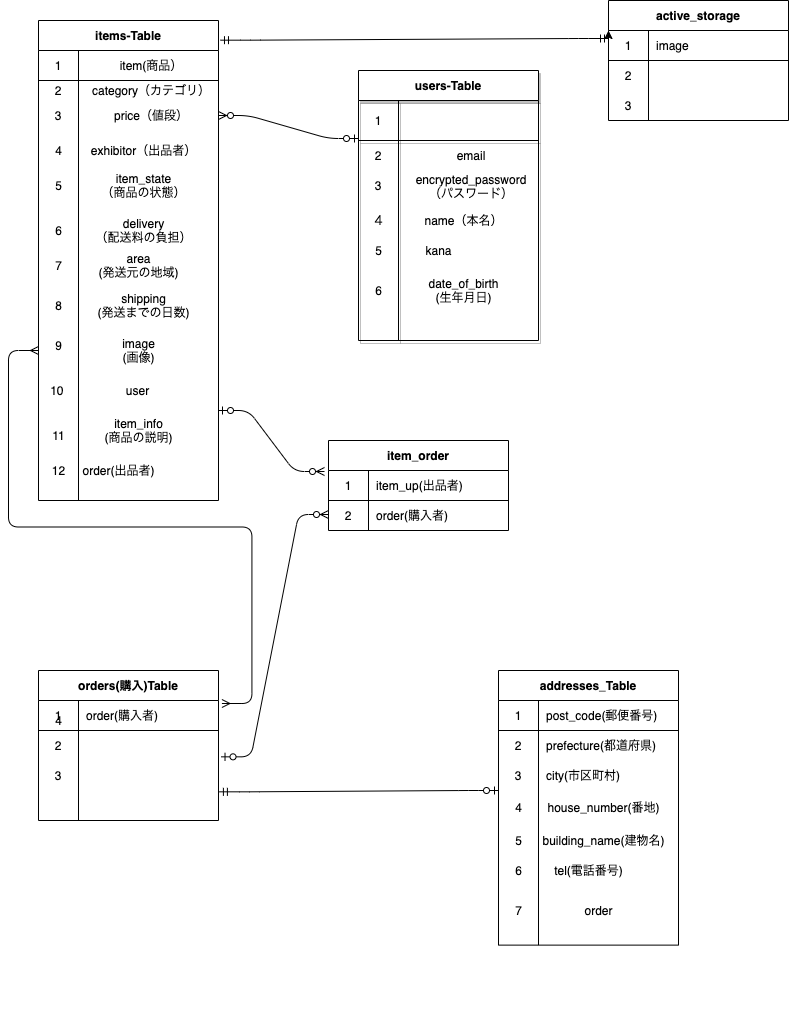
makoto07karin/furima-36874 keeps this draw.io diagram as furimaER.drawio.png. Above is the earlier version. Source tidied: cells renumbered, new cells last; positions are measured from the earlier drawing's top-left corner, leaving out a move shared by most shapes.
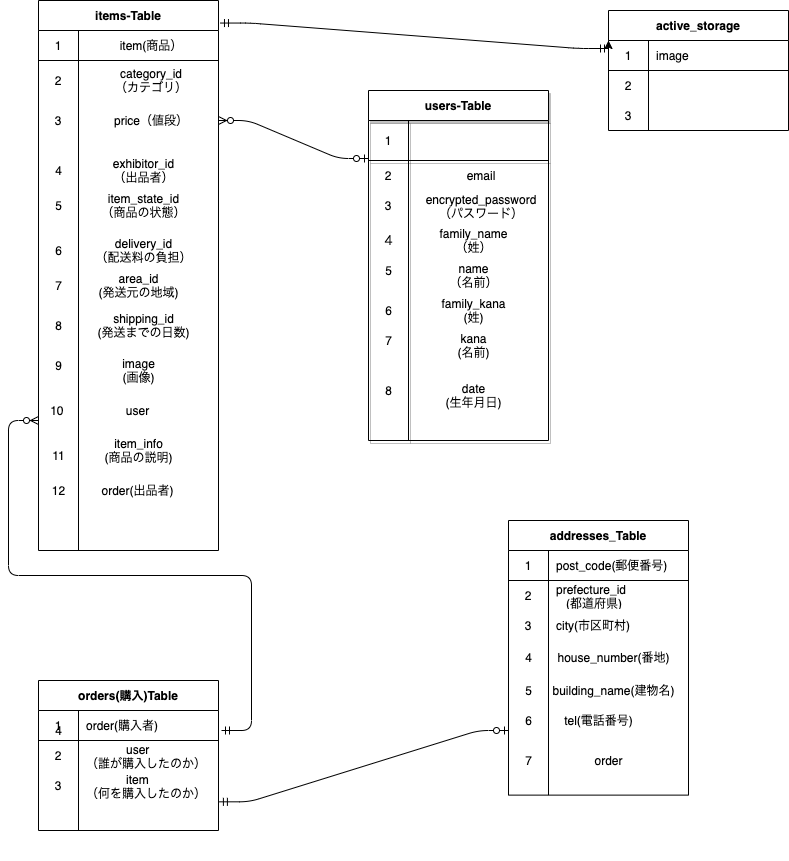
After the change.

Change to the diagram source:
```diff
@@ -35,6 +35,6 @@
     <mxCell id="12" style="group;" parent="1" vertex="1">
-      <mxGeometry x="320" y="70" width="180" height="560" as="geometry" />
+      <mxGeometry x="330" y="80" width="180" height="560" as="geometry" />
     </mxCell>
     <mxCell id="13" value="users-Table" style="shape=table;startSize=30;rowLines=0;fontStyle=1;align=center;shadow=1;" parent="12" vertex="1">
-      <mxGeometry width="180" height="270" as="geometry" />
+      <mxGeometry width="180" height="350" as="geometry" />
     </mxCell>
@@ -70,4 +70,4 @@
     </mxCell>
-    <mxCell id="24" value="name（本名）" style="text;html=1;align=center;verticalAlign=middle;strokeColor=none;shadow=1;" parent="12" vertex="1">
-      <mxGeometry x="60" y="140" width="90" height="20" as="geometry" />
+    <mxCell id="24" value="family_name&lt;br&gt;（姓）" style="text;html=1;align=center;verticalAlign=middle;strokeColor=none;shadow=1;" parent="12" vertex="1">
+      <mxGeometry x="65" y="135" width="80" height="30" as="geometry" />
     </mxCell>
@@ -79,34 +79,19 @@
     </mxCell>
-    <mxCell id="27" value="date_of_birth&lt;br&gt;(生年月日)" style="text;html=1;align=center;verticalAlign=middle;strokeColor=none;shadow=1;" parent="12" vertex="1">
-      <mxGeometry x="60" y="205" width="90" height="30" as="geometry" />
+    <mxCell id="27" value="date&lt;br&gt;(生年月日)" style="text;html=1;align=center;verticalAlign=middle;strokeColor=none;shadow=1;" parent="12" vertex="1">
+      <mxGeometry x="70" y="290" width="70" height="30" as="geometry" />
     </mxCell>
-    <mxCell id="28" value="kana" style="text;html=1;align=center;verticalAlign=middle;strokeColor=none;" parent="12" vertex="1">
-      <mxGeometry x="60" y="170" width="40" height="20" as="geometry" />
+    <mxCell id="28" value="family_kana&lt;br&gt;(姓)" style="text;html=1;align=center;verticalAlign=middle;strokeColor=none;" parent="12" vertex="1">
+      <mxGeometry x="65" y="205" width="80" height="30" as="geometry" />
     </mxCell>
-    <mxCell id="29" value="item_order" style="shape=table;startSize=30;rowLines=0;fontStyle=1;align=center;" parent="12" vertex="1">
-      <mxGeometry x="-30" y="370" width="180" height="90" as="geometry" />
-    </mxCell>
-    <mxCell id="30" style="shape=partialRectangle;html=1;whiteSpace=wrap;fillColor=none;top=0;left=0;bottom=1;right=0;" parent="29" vertex="1">
-      <mxGeometry y="30" width="180" height="30" as="geometry" />
-    </mxCell>
-    <mxCell id="31" value="1" style="shape=partialRectangle;html=1;whiteSpace=wrap;fillColor=none;top=0;left=0;bottom=0;right=0;overflow=hidden;" parent="30" vertex="1">
-      <mxGeometry width="40" height="30" as="geometry" />
-    </mxCell>
-    <mxCell id="32" value="item_up(出品者)" style="shape=partialRectangle;html=1;whiteSpace=wrap;fillColor=none;top=0;left=0;bottom=0;right=0;align=left;spacingLeft=6;overflow=hidden;" parent="30" vertex="1">
-      <mxGeometry x="40" width="140" height="30" as="geometry" />
-    </mxCell>
-    <mxCell id="33" style="shape=partialRectangle;html=1;whiteSpace=wrap;fillColor=none;top=0;left=0;bottom=0;right=0;" parent="29" vertex="1">
-      <mxGeometry y="60" width="180" height="30" as="geometry" />
-    </mxCell>
-    <mxCell id="34" value="2" style="shape=partialRectangle;html=1;whiteSpace=wrap;fillColor=none;top=0;left=0;bottom=0;right=0;overflow=hidden;" parent="33" vertex="1">
-      <mxGeometry width="40" height="30" as="geometry" />
-    </mxCell>
-    <mxCell id="35" value="order(購入者)" style="shape=partialRectangle;html=1;whiteSpace=wrap;fillColor=none;top=0;left=0;bottom=0;right=0;align=left;spacingLeft=6;overflow=hidden;" parent="33" vertex="1">
-      <mxGeometry x="40" width="140" height="30" as="geometry" />
-    </mxCell>
+    <mxCell id="104" value="kana&lt;br&gt;(名前)" style="text;html=1;align=center;verticalAlign=middle;strokeColor=none;" parent="12" vertex="1">
+      <mxGeometry x="80" y="240" width="50" height="30" as="geometry" />
+    </mxCell>
+    <mxCell id="105" value="name&lt;br&gt;（名前）" style="text;html=1;align=center;verticalAlign=middle;strokeColor=none;" parent="12" vertex="1">
+      <mxGeometry x="75" y="170" width="60" height="30" as="geometry" />
+    </mxCell>
     <mxCell id="36" style="group;" parent="1" vertex="1">
-      <mxGeometry y="20" width="180" height="490" as="geometry" />
+      <mxGeometry y="30" width="180" height="510" as="geometry" />
     </mxCell>
     <mxCell id="37" value="items-Table" style="shape=table;startSize=30;rowLines=0;fontStyle=1;align=center;whiteSpace=wrap;" parent="36" vertex="1">
-      <mxGeometry width="180" height="480" as="geometry" />
+      <mxGeometry y="-40" width="180" height="550" as="geometry" />
     </mxCell>
@@ -122,32 +107,32 @@
     <mxCell id="41" style="shape=partialRectangle;html=1;whiteSpace=wrap;fillColor=none;top=0;left=0;bottom=0;right=0;align=center;" parent="37" vertex="1">
-      <mxGeometry y="60" width="180" height="20" as="geometry" />
+      <mxGeometry y="60" width="180" height="40" as="geometry" />
     </mxCell>
     <mxCell id="42" value="2" style="shape=partialRectangle;html=1;whiteSpace=wrap;fillColor=none;top=0;left=0;bottom=0;right=0;overflow=hidden;align=center;" parent="41" vertex="1">
-      <mxGeometry width="40" height="20" as="geometry" />
+      <mxGeometry width="40" height="40" as="geometry" />
     </mxCell>
-    <mxCell id="43" value="category（カテゴリ）" style="shape=partialRectangle;html=1;whiteSpace=wrap;fillColor=none;top=0;left=0;bottom=0;right=0;align=center;spacingLeft=6;overflow=hidden;" parent="41" vertex="1">
-      <mxGeometry x="40" width="140" height="20" as="geometry" />
+    <mxCell id="43" value="category_id&lt;br&gt;（カテゴリ）" style="shape=partialRectangle;html=1;whiteSpace=wrap;fillColor=none;top=0;left=0;bottom=0;right=0;align=center;spacingLeft=6;overflow=hidden;" parent="41" vertex="1">
+      <mxGeometry x="40" width="140" height="40" as="geometry" />
     </mxCell>
     <mxCell id="44" style="shape=partialRectangle;html=1;whiteSpace=wrap;fillColor=none;top=0;left=0;bottom=0;right=0;points=[[0,0.5],[1,0.5]];portConstraint=eastwest;align=center;" parent="37" vertex="1">
-      <mxGeometry y="80" width="180" height="30" as="geometry" />
+      <mxGeometry y="100" width="180" height="40" as="geometry" />
     </mxCell>
     <mxCell id="45" value="3" style="shape=partialRectangle;html=1;whiteSpace=wrap;fillColor=none;top=0;left=0;bottom=0;right=0;overflow=hidden;align=center;" parent="44" vertex="1">
-      <mxGeometry width="40" height="30" as="geometry" />
+      <mxGeometry width="40" height="40" as="geometry" />
     </mxCell>
     <mxCell id="46" value="price（値段）" style="shape=partialRectangle;html=1;whiteSpace=wrap;fillColor=none;top=0;left=0;bottom=0;right=0;align=center;spacingLeft=6;overflow=hidden;" parent="44" vertex="1">
-      <mxGeometry x="40" width="140" height="30" as="geometry" />
+      <mxGeometry x="40" width="140" height="40" as="geometry" />
     </mxCell>
-    <mxCell id="47" value="exhibitor（出品者）" style="text;html=1;align=center;verticalAlign=middle;strokeColor=none;" parent="36" vertex="1">
-      <mxGeometry x="45" y="120" width="120" height="20" as="geometry" />
+    <mxCell id="47" value="exhibitor_id&lt;br&gt;（出品者）" style="text;html=1;align=center;verticalAlign=middle;strokeColor=none;" parent="36" vertex="1">
+      <mxGeometry x="65" y="115" width="80" height="30" as="geometry" />
     </mxCell>
-    <mxCell id="48" value="item_state&lt;br&gt;（商品の状態）" style="text;html=1;align=center;verticalAlign=middle;strokeColor=none;" parent="36" vertex="1">
+    <mxCell id="48" value="item_state_id&lt;br&gt;（商品の状態）" style="text;html=1;align=center;verticalAlign=middle;strokeColor=none;" parent="36" vertex="1">
       <mxGeometry x="55" y="150" width="100" height="30" as="geometry" />
     </mxCell>
-    <mxCell id="49" value="delivery&lt;br&gt;（配送料の負担）" style="text;html=1;align=center;verticalAlign=middle;strokeColor=none;" parent="36" vertex="1">
+    <mxCell id="49" value="delivery_id&lt;br&gt;（配送料の負担）" style="text;html=1;align=center;verticalAlign=middle;strokeColor=none;" parent="36" vertex="1">
       <mxGeometry x="50" y="195" width="110" height="30" as="geometry" />
     </mxCell>
-    <mxCell id="50" value="area&lt;br&gt;(発送元の地域)" style="text;html=1;align=center;verticalAlign=middle;strokeColor=none;" parent="36" vertex="1">
+    <mxCell id="50" value="area_id&lt;br&gt;(発送元の地域)" style="text;html=1;align=center;verticalAlign=middle;strokeColor=none;" parent="36" vertex="1">
       <mxGeometry x="50" y="230" width="100" height="30" as="geometry" />
     </mxCell>
-    <mxCell id="51" value="shipping&lt;br&gt;(発送までの日数)" style="text;html=1;align=center;verticalAlign=middle;strokeColor=none;" parent="36" vertex="1">
+    <mxCell id="51" value="shipping_id&lt;br&gt;(発送までの日数)" style="text;html=1;align=center;verticalAlign=middle;strokeColor=none;" parent="36" vertex="1">
       <mxGeometry x="50" y="270" width="110" height="30" as="geometry" />
@@ -187,2 +172,8 @@
     </mxCell>
+    <mxCell id="99" value="order(出品者)" style="text;html=1;align=center;verticalAlign=middle;strokeColor=none;" parent="36" vertex="1">
+      <mxGeometry x="54" y="440" width="90" height="20" as="geometry" />
+    </mxCell>
+    <mxCell id="100" value="12" style="text;html=1;align=center;verticalAlign=middle;strokeColor=none;" parent="36" vertex="1">
+      <mxGeometry x="5" y="440" width="30" height="20" as="geometry" />
+    </mxCell>
     <mxCell id="63" style="edgeStyle=entityRelationEdgeStyle;fontSize=12;html=1;endArrow=ERmandOne;startArrow=ERmandOne;exitX=1.011;exitY=0.041;exitDx=0;exitDy=0;exitPerimeter=0;" parent="1" edge="1" source="37">
@@ -192,4 +183,66 @@
     </mxCell>
+    <mxCell id="81" style="edgeStyle=entityRelationEdgeStyle;fontSize=12;html=1;endArrow=ERzeroToMany;startArrow=ERzeroToOne;entryX=1;entryY=0.5;entryDx=0;entryDy=0;exitX=0;exitY=0.95;exitDx=0;exitDy=0;exitPerimeter=0;" parent="1" edge="1" source="14" target="44">
+      <mxGeometry relative="1" as="geometry" />
+    </mxCell>
+    <mxCell id="82" style="edgeStyle=orthogonalEdgeStyle;rounded=0;orthogonalLoop=1;jettySize=auto;html=1;exitX=0;exitY=0.5;exitDx=0;exitDy=0;entryX=0;entryY=0.25;entryDx=0;entryDy=0;" parent="1" edge="1" source="2" target="2">
+      <mxGeometry relative="1" as="geometry" />
+    </mxCell>
+    <mxCell id="83" style="group;" parent="1" vertex="1">
+      <mxGeometry y="590" width="180" height="230" as="geometry" />
+    </mxCell>
+    <mxCell id="84" value="4" style="text;html=1;align=center;verticalAlign=middle;strokeColor=none;" parent="83" vertex="1">
+      <mxGeometry x="10" y="120" width="20" height="20" as="geometry" />
+    </mxCell>
+    <mxCell id="85" value="orders(購入)Table" style="shape=table;startSize=30;rowLines=0;fontStyle=1;align=center;" parent="83" vertex="1">
+      <mxGeometry y="80" width="180" height="150" as="geometry" />
+    </mxCell>
+    <mxCell id="86" style="shape=partialRectangle;html=1;whiteSpace=wrap;fillColor=none;top=0;left=0;bottom=1;right=0;points=[[0,0.5],[1,0.5]];portConstraint=eastwest;" parent="85" vertex="1">
+      <mxGeometry y="30" width="180" height="30" as="geometry" />
+    </mxCell>
+    <mxCell id="87" value="1" style="shape=partialRectangle;html=1;whiteSpace=wrap;fillColor=none;top=0;left=0;bottom=0;right=0;overflow=hidden;" parent="86" vertex="1">
+      <mxGeometry width="40" height="30" as="geometry" />
+    </mxCell>
+    <mxCell id="88" value="order(購入者)" style="shape=partialRectangle;html=1;whiteSpace=wrap;fillColor=none;top=0;left=0;bottom=0;right=0;align=left;spacingLeft=6;overflow=hidden;" parent="86" vertex="1">
+      <mxGeometry x="40" width="140" height="30" as="geometry" />
+    </mxCell>
+    <mxCell id="89" style="shape=partialRectangle;html=1;whiteSpace=wrap;fillColor=none;top=0;left=0;bottom=0;right=0;" parent="85" vertex="1">
+      <mxGeometry y="60" width="180" height="30" as="geometry" />
+    </mxCell>
+    <mxCell id="90" value="2" style="shape=partialRectangle;html=1;whiteSpace=wrap;fillColor=none;top=0;left=0;bottom=0;right=0;overflow=hidden;" parent="89" vertex="1">
+      <mxGeometry width="40" height="30" as="geometry" />
+    </mxCell>
+    <mxCell id="91" value="&amp;nbsp; &amp;nbsp; &amp;nbsp; &amp;nbsp; &amp;nbsp; &amp;nbsp; user&lt;br&gt;（誰が購入したのか）" style="shape=partialRectangle;html=1;whiteSpace=wrap;fillColor=none;top=0;left=0;bottom=0;right=0;align=left;spacingLeft=6;overflow=hidden;" parent="89" vertex="1">
+      <mxGeometry x="40" width="140" height="30" as="geometry" />
+    </mxCell>
+    <mxCell id="92" style="shape=partialRectangle;html=1;whiteSpace=wrap;fillColor=none;top=0;left=0;bottom=0;right=0;points=[[0,0.5],[1,0.5]];portConstraint=eastwest;" parent="85" vertex="1">
+      <mxGeometry y="90" width="180" height="30" as="geometry" />
+    </mxCell>
+    <mxCell id="93" value="3" style="shape=partialRectangle;html=1;whiteSpace=wrap;fillColor=none;top=0;left=0;bottom=0;right=0;overflow=hidden;" parent="92" vertex="1">
+      <mxGeometry width="40" height="30" as="geometry" />
+    </mxCell>
+    <mxCell id="94" value="&amp;nbsp; &amp;nbsp; &amp;nbsp; &amp;nbsp; &amp;nbsp; &amp;nbsp; item&lt;br&gt;（何を購入したのか）" style="shape=partialRectangle;html=1;whiteSpace=wrap;fillColor=none;top=0;left=0;bottom=0;right=0;align=left;spacingLeft=6;overflow=hidden;" parent="92" vertex="1">
+      <mxGeometry x="40" width="140" height="30" as="geometry" />
+    </mxCell>
+    <mxCell id="98" style="edgeStyle=entityRelationEdgeStyle;fontSize=12;html=1;endArrow=ERzeroToOne;startArrow=ERmandOne;exitX=1.005;exitY=1.044;exitDx=0;exitDy=0;exitPerimeter=0;" parent="1" edge="1" source="92">
+      <mxGeometry relative="1" as="geometry">
+        <mxPoint x="470" y="720" as="targetPoint" />
+      </mxGeometry>
+    </mxCell>
+    <mxCell id="106" value="7" style="text;html=1;align=center;verticalAlign=middle;strokeColor=none;" parent="1" vertex="1">
+      <mxGeometry x="340" y="320" width="20" height="20" as="geometry" />
+    </mxCell>
+    <mxCell id="107" value="8" style="text;html=1;align=center;verticalAlign=middle;strokeColor=none;" parent="1" vertex="1">
+      <mxGeometry x="340" y="370" width="20" height="20" as="geometry" />
+    </mxCell>
+    <mxCell id="108" style="edgeStyle=entityRelationEdgeStyle;fontSize=12;html=1;endArrow=ERzeroToMany;startArrow=ERmandOne;" parent="1" edge="1">
+      <mxGeometry relative="1" as="geometry">
+        <mxPoint x="183" y="720" as="sourcePoint" />
+        <mxPoint y="410" as="targetPoint" />
+      </mxGeometry>
+    </mxCell>
+    <mxCell id="109" style="group;" parent="1" vertex="1">
+      <mxGeometry x="470" y="510" width="180" height="340" as="geometry" />
+    </mxCell>
-    <mxCell id="64" style="group;" parent="1" vertex="1">
-      <mxGeometry x="460" y="670" width="180" height="340" as="geometry" />
+    <mxCell id="64" style="group;" parent="109" vertex="1">
+      <mxGeometry width="180" height="340" as="geometry" />
     </mxCell>
@@ -213,3 +266,3 @@
     </mxCell>
-    <mxCell id="71" value="prefecture(都道府県)" style="shape=partialRectangle;html=1;whiteSpace=wrap;fillColor=none;top=0;left=0;bottom=0;right=0;align=left;spacingLeft=6;overflow=hidden;" parent="69" vertex="1">
+    <mxCell id="71" value="prefecture_id&lt;br&gt;&amp;nbsp; &amp;nbsp;(都道府県)" style="shape=partialRectangle;html=1;whiteSpace=wrap;fillColor=none;top=0;left=0;bottom=0;right=0;align=left;spacingLeft=6;overflow=hidden;" parent="69" vertex="1">
       <mxGeometry x="40" width="140" height="30" as="geometry" />
@@ -243,77 +296,10 @@
     </mxCell>
-    <mxCell id="81" style="edgeStyle=entityRelationEdgeStyle;fontSize=12;html=1;endArrow=ERzeroToMany;startArrow=ERzeroToOne;entryX=1;entryY=0.5;entryDx=0;entryDy=0;exitX=0;exitY=0.95;exitDx=0;exitDy=0;exitPerimeter=0;" parent="1" edge="1" source="14" target="44">
-      <mxGeometry relative="1" as="geometry" />
-    </mxCell>
-    <mxCell id="82" style="edgeStyle=orthogonalEdgeStyle;rounded=0;orthogonalLoop=1;jettySize=auto;html=1;exitX=0;exitY=0.5;exitDx=0;exitDy=0;entryX=0;entryY=0.25;entryDx=0;entryDy=0;" parent="1" edge="1" source="2" target="2">
-      <mxGeometry relative="1" as="geometry" />
-    </mxCell>
-    <mxCell id="83" style="group;" parent="1" vertex="1">
-      <mxGeometry y="590" width="180" height="230" as="geometry" />
-    </mxCell>
-    <mxCell id="84" value="4" style="text;html=1;align=center;verticalAlign=middle;strokeColor=none;" parent="83" vertex="1">
-      <mxGeometry x="10" y="120" width="20" height="20" as="geometry" />
-    </mxCell>
-    <mxCell id="85" value="orders(購入)Table" style="shape=table;startSize=30;rowLines=0;fontStyle=1;align=center;" parent="83" vertex="1">
-      <mxGeometry y="80" width="180" height="150" as="geometry" />
-    </mxCell>
-    <mxCell id="86" style="shape=partialRectangle;html=1;whiteSpace=wrap;fillColor=none;top=0;left=0;bottom=1;right=0;points=[[0,0.5],[1,0.5]];portConstraint=eastwest;" parent="85" vertex="1">
-      <mxGeometry y="30" width="180" height="30" as="geometry" />
-    </mxCell>
-    <mxCell id="87" value="1" style="shape=partialRectangle;html=1;whiteSpace=wrap;fillColor=none;top=0;left=0;bottom=0;right=0;overflow=hidden;" parent="86" vertex="1">
-      <mxGeometry width="40" height="30" as="geometry" />
-    </mxCell>
-    <mxCell id="88" value="order(購入者)" style="shape=partialRectangle;html=1;whiteSpace=wrap;fillColor=none;top=0;left=0;bottom=0;right=0;align=left;spacingLeft=6;overflow=hidden;" parent="86" vertex="1">
-      <mxGeometry x="40" width="140" height="30" as="geometry" />
-    </mxCell>
-    <mxCell id="89" style="shape=partialRectangle;html=1;whiteSpace=wrap;fillColor=none;top=0;left=0;bottom=0;right=0;" parent="85" vertex="1">
-      <mxGeometry y="60" width="180" height="30" as="geometry" />
-    </mxCell>
-    <mxCell id="90" value="2" style="shape=partialRectangle;html=1;whiteSpace=wrap;fillColor=none;top=0;left=0;bottom=0;right=0;overflow=hidden;" parent="89" vertex="1">
-      <mxGeometry width="40" height="30" as="geometry" />
-    </mxCell>
-    <mxCell id="91" style="shape=partialRectangle;html=1;whiteSpace=wrap;fillColor=none;top=0;left=0;bottom=0;right=0;align=left;spacingLeft=6;overflow=hidden;" parent="89" vertex="1">
-      <mxGeometry x="40" width="140" height="30" as="geometry" />
-    </mxCell>
-    <mxCell id="92" style="shape=partialRectangle;html=1;whiteSpace=wrap;fillColor=none;top=0;left=0;bottom=0;right=0;points=[[0,0.5],[1,0.5]];portConstraint=eastwest;" parent="85" vertex="1">
-      <mxGeometry y="90" width="180" height="30" as="geometry" />
-    </mxCell>
-    <mxCell id="93" value="3" style="shape=partialRectangle;html=1;whiteSpace=wrap;fillColor=none;top=0;left=0;bottom=0;right=0;overflow=hidden;" parent="92" vertex="1">
-      <mxGeometry width="40" height="30" as="geometry" />
-    </mxCell>
-    <mxCell id="94" style="shape=partialRectangle;html=1;whiteSpace=wrap;fillColor=none;top=0;left=0;bottom=0;right=0;align=left;spacingLeft=6;overflow=hidden;" parent="92" vertex="1">
-      <mxGeometry x="40" width="140" height="30" as="geometry" />
-    </mxCell>
-    <mxCell id="95" style="edgeStyle=entityRelationEdgeStyle;fontSize=12;html=1;endArrow=ERmany;startArrow=ERmany;exitX=1.019;exitY=0.1;exitDx=0;exitDy=0;exitPerimeter=0;" parent="1" edge="1" source="86">
-      <mxGeometry relative="1" as="geometry">
-        <mxPoint y="350" as="targetPoint" />
-      </mxGeometry>
-    </mxCell>
-    <mxCell id="96" style="edgeStyle=entityRelationEdgeStyle;fontSize=12;html=1;endArrow=ERzeroToMany;startArrow=ERzeroToOne;" parent="1" edge="1">
-      <mxGeometry relative="1" as="geometry">
-        <mxPoint x="180" y="410" as="sourcePoint" />
-        <mxPoint x="286" y="471" as="targetPoint" />
-      </mxGeometry>
-    </mxCell>
-    <mxCell id="97" style="edgeStyle=entityRelationEdgeStyle;fontSize=12;html=1;endArrow=ERzeroToMany;startArrow=ERzeroToOne;exitX=1.014;exitY=-0.122;exitDx=0;exitDy=0;exitPerimeter=0;" parent="1" edge="1" source="92">
-      <mxGeometry relative="1" as="geometry">
-        <mxPoint x="290" y="514" as="targetPoint" />
-      </mxGeometry>
-    </mxCell>
-    <mxCell id="98" style="edgeStyle=entityRelationEdgeStyle;fontSize=12;html=1;endArrow=ERzeroToOne;startArrow=ERmandOne;exitX=1.005;exitY=1.044;exitDx=0;exitDy=0;exitPerimeter=0;entryX=0;entryY=1;entryDx=0;entryDy=0;entryPerimeter=0;" parent="1" edge="1" source="92" target="72">
-      <mxGeometry relative="1" as="geometry" />
-    </mxCell>
-    <mxCell id="99" value="order(出品者)" style="text;html=1;align=center;verticalAlign=middle;strokeColor=none;" parent="1" vertex="1">
-      <mxGeometry x="35" y="460" width="90" height="20" as="geometry" />
-    </mxCell>
-    <mxCell id="100" value="12" style="text;html=1;align=center;verticalAlign=middle;strokeColor=none;" parent="1" vertex="1">
-      <mxGeometry x="5" y="460" width="30" height="20" as="geometry" />
-    </mxCell>
-    <mxCell id="101" value="&lt;br&gt;" style="text;html=1;align=center;verticalAlign=middle;strokeColor=none;" parent="1" vertex="1">
-      <mxGeometry x="600" y="840" width="20" height="20" as="geometry" />
+    <mxCell id="101" value="&lt;br&gt;" style="text;html=1;align=center;verticalAlign=middle;strokeColor=none;" parent="109" vertex="1">
+      <mxGeometry x="140" y="170" width="20" height="20" as="geometry" />
     </mxCell>
-    <mxCell id="102" value="7" style="text;html=1;align=center;verticalAlign=middle;strokeColor=none;" parent="1" vertex="1">
-      <mxGeometry x="470" y="900" width="20" height="20" as="geometry" />
+    <mxCell id="102" value="7" style="text;html=1;align=center;verticalAlign=middle;strokeColor=none;" parent="109" vertex="1">
+      <mxGeometry x="10" y="230" width="20" height="20" as="geometry" />
     </mxCell>
-    <mxCell id="103" value="order" style="text;html=1;align=center;verticalAlign=middle;strokeColor=none;" parent="1" vertex="1">
-      <mxGeometry x="540" y="900" width="40" height="20" as="geometry" />
+    <mxCell id="103" value="order" style="text;html=1;align=center;verticalAlign=middle;strokeColor=none;" parent="109" vertex="1">
+      <mxGeometry x="80" y="230" width="40" height="20" as="geometry" />
     </mxCell>
```
